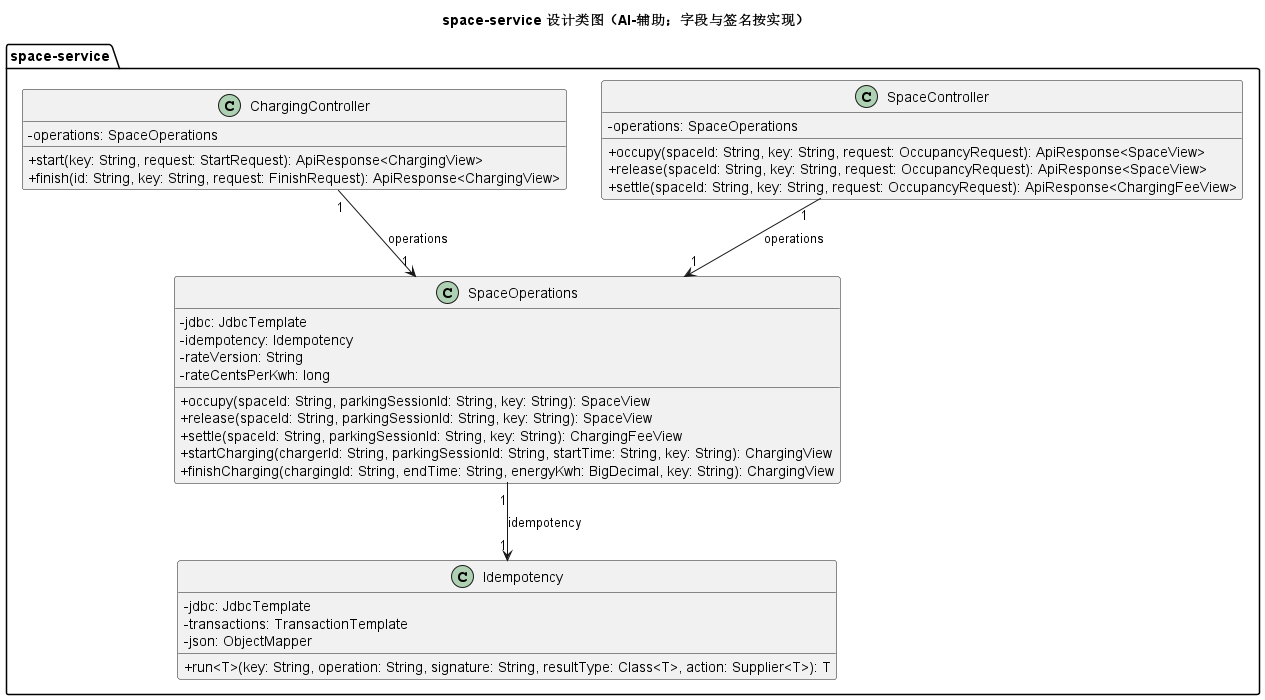
This is models/rendered/15-design-classes_002.png from Gindama713/UMLWORK, a PlantUML export, as it was before one commit.
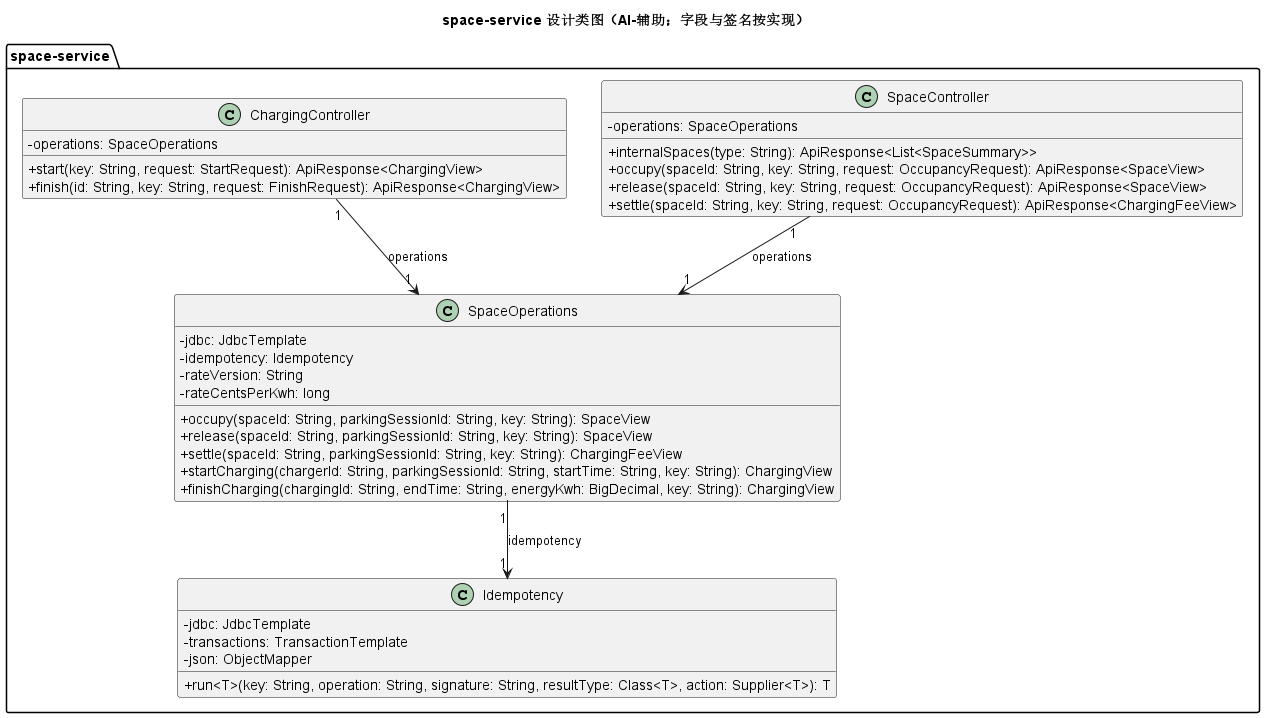
Above is the later version.

Diff of the diagram source:
```diff
@@ -4,6 +4,7 @@
 package "space-service" {
   class SpaceController {
     -operations: SpaceOperations
+    +internalSpaces(type: String): ApiResponse<List<SpaceSummary>>
     +occupy(spaceId: String, key: String, request: OccupancyRequest): ApiResponse<SpaceView>
     +release(spaceId: String, key: String, request: OccupancyRequest): ApiResponse<SpaceView>
     +settle(spaceId: String, key: String, request: OccupancyRequest): ApiResponse<ChargingFeeView>
```
